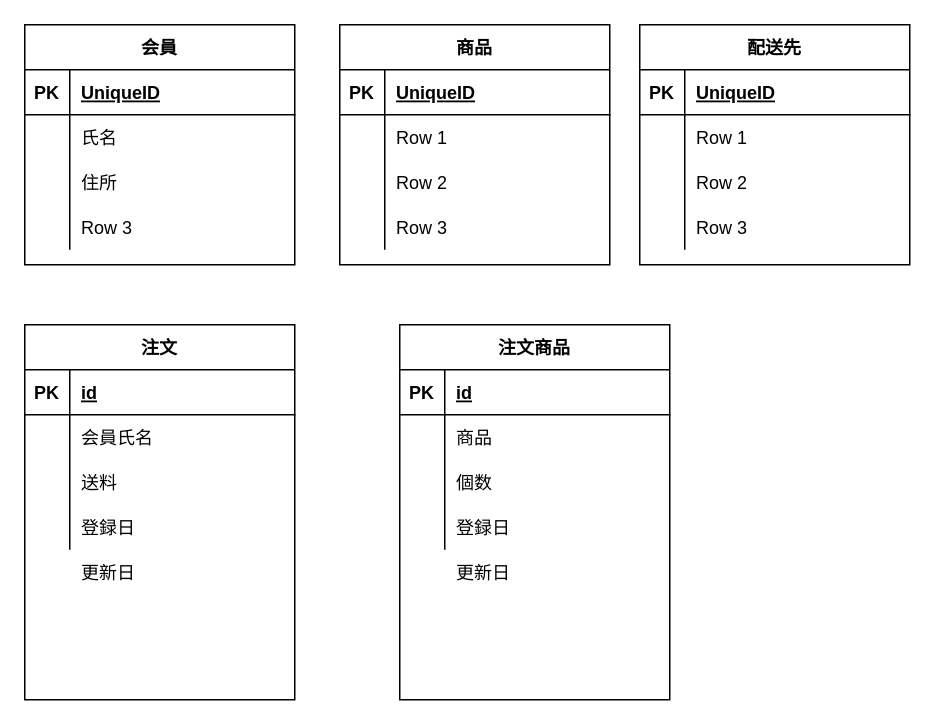
Before: Rennsyuu Diagram.drawio in 38takumi/-, a draw.io diagram. Source tidied: cells renumbered, new cells numbered last; positions are measured from the earlier drawing's top-left corner, leaving out a move shared by most shapes. Both pictures are drawn from the tidied source at 150%, with x=0, y=0 at pixel (24, 24).
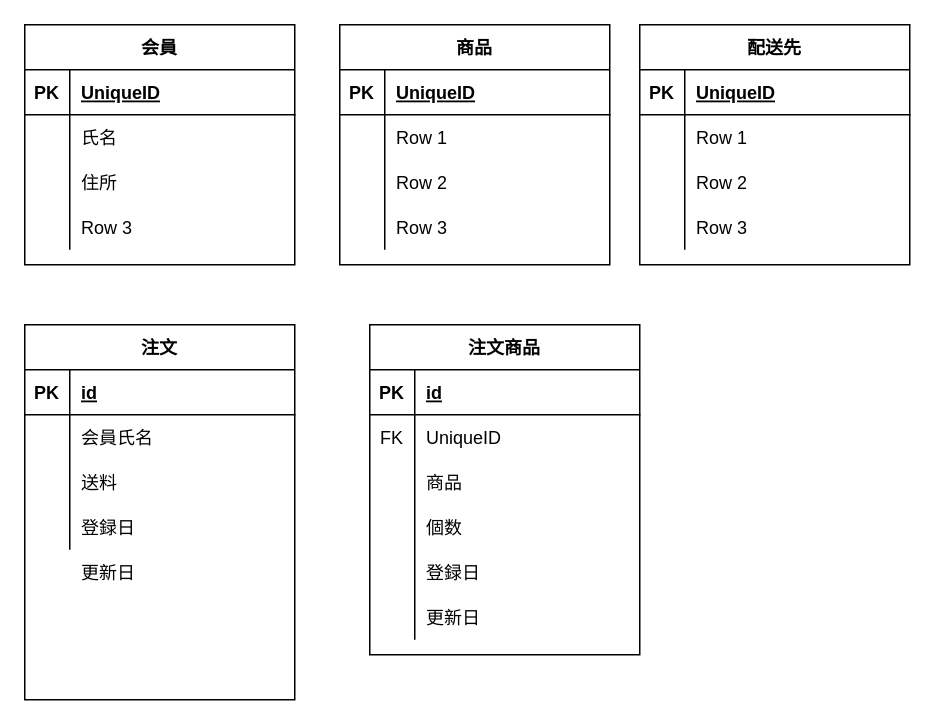
Above is the later version.

Commit message:
Rennsyuu Diagram.drawio を更新します

The change refers to these unchanged cells:
```xml
<mxCell id="61" style="shape=partialRectangle;fillColor=none;top=0;left=0;bottom=0;right=0;" parent="57" vertex="1">
  <mxGeometry y="60" width="180" height="30" as="geometry" />
</mxCell>
```

Change to the diagram source:
```diff
@@
-    <mxCell id="55" value="登録日" style="shape=partialRectangle;fillColor=none;top=0;left=0;bottom=0;right=0;align=left;spacingLeft=6;overflow=hidden;" parent="1" vertex="1">
-      <mxGeometry x="280" y="320" width="150" height="30" as="geometry" />
-    </mxCell>
-    <mxCell id="56" value="更新日" style="shape=partialRectangle;fillColor=none;top=0;left=0;bottom=0;right=0;align=left;spacingLeft=6;overflow=hidden;" parent="1" vertex="1">
-      <mxGeometry x="280" y="350" width="150" height="30" as="geometry" />
-    </mxCell>
+    <mxCell id="70" value="更新日" style="shape=partialRectangle;fillColor=none;top=0;left=0;bottom=0;right=0;align=left;spacingLeft=6;overflow=hidden;" parent="1" vertex="1">
+      <mxGeometry x="30" y="350" width="150" height="30" as="geometry" />
+    </mxCell>
+    <mxCell id="71" value="登録日" style="shape=partialRectangle;fillColor=none;top=0;left=0;bottom=0;right=0;align=left;spacingLeft=6;overflow=hidden;" parent="1" vertex="1">
+      <mxGeometry x="30" y="320" width="150" height="30" as="geometry" />
+    </mxCell>
-    <mxCell id="57" value="注文商品" style="shape=table;startSize=30;childLayout=tableLayout;rowLines=0;fontStyle=1;align=center;" parent="1" vertex="1">
-      <mxGeometry x="250" y="200" width="180" height="250" as="geometry" />
+    <mxCell id="57" value="注文商品" style="shape=table;startSize=30;childLayout=tableLayout;rowLines=0;fontStyle=1;align=center;fontSize=12;strokeColor=#000000;fillColor=none;" parent="1" vertex="1">
+      <mxGeometry x="230" y="200" width="180" height="220" as="geometry" />
     </mxCell>
@@
-    <mxCell id="62" style="shape=partialRectangle;fillColor=none;top=0;left=0;bottom=0;right=0;overflow=hidden;" parent="61" vertex="1">
-      <mxGeometry width="30" height="30" as="geometry" />
-    </mxCell>
+    <mxCell id="72" value="FK" style="shape=partialRectangle;fillColor=none;top=0;left=0;bottom=0;right=0;fontStyle=0;overflow=hidden;shadow=0;" parent="61" vertex="1">
+      <mxGeometry width="30" height="30" as="geometry" />
+    </mxCell>
+    <mxCell id="73" value="UniqueID" style="shape=partialRectangle;fillColor=none;top=0;left=0;bottom=0;right=0;align=left;spacingLeft=6;fontStyle=0;overflow=hidden;" parent="61" vertex="1">
+      <mxGeometry x="30" width="150" height="30" as="geometry" />
+    </mxCell>
+    <mxCell id="64" style="shape=partialRectangle;fillColor=none;top=0;left=0;bottom=0;right=0;" parent="57" vertex="1">
+      <mxGeometry y="90" width="180" height="30" as="geometry" />
+    </mxCell>
+    <mxCell id="74" style="shape=partialRectangle;fillColor=none;top=0;left=0;bottom=0;right=0;overflow=hidden;" parent="64" vertex="1">
+      <mxGeometry width="30" height="30" as="geometry" />
+    </mxCell>
-    <mxCell id="63" value="商品" style="shape=partialRectangle;fillColor=none;top=0;left=0;bottom=0;right=0;align=left;spacingLeft=6;overflow=hidden;" parent="61" vertex="1">
+    <mxCell id="63" value="商品" style="shape=partialRectangle;fillColor=none;top=0;left=0;bottom=0;right=0;align=left;spacingLeft=6;overflow=hidden;" parent="64" vertex="1">
       <mxGeometry x="30" width="150" height="30" as="geometry" />
     </mxCell>
-    <mxCell id="64" style="shape=partialRectangle;fillColor=none;top=0;left=0;bottom=0;right=0;" parent="57" vertex="1">
-      <mxGeometry y="90" width="180" height="30" as="geometry" />
-    </mxCell>
-    <mxCell id="65" style="shape=partialRectangle;fillColor=none;top=0;left=0;bottom=0;right=0;overflow=hidden;" parent="64" vertex="1">
-      <mxGeometry width="30" height="30" as="geometry" />
-    </mxCell>
+    <mxCell id="67" style="shape=partialRectangle;fillColor=none;top=0;left=0;bottom=0;right=0;" parent="57" vertex="1">
+      <mxGeometry y="120" width="180" height="30" as="geometry" />
+    </mxCell>
+    <mxCell id="75" style="shape=partialRectangle;fillColor=none;top=0;left=0;bottom=0;right=0;overflow=hidden;" parent="67" vertex="1">
+      <mxGeometry width="30" height="30" as="geometry" />
+    </mxCell>
-    <mxCell id="66" value="個数" style="shape=partialRectangle;fillColor=none;top=0;left=0;bottom=0;right=0;align=left;spacingLeft=6;overflow=hidden;" parent="64" vertex="1">
+    <mxCell id="66" value="個数" style="shape=partialRectangle;fillColor=none;top=0;left=0;bottom=0;right=0;align=left;spacingLeft=6;overflow=hidden;" parent="67" vertex="1">
       <mxGeometry x="30" width="150" height="30" as="geometry" />
     </mxCell>
-    <mxCell id="67" style="shape=partialRectangle;fillColor=none;top=0;left=0;bottom=0;right=0;" parent="57" vertex="1">
-      <mxGeometry y="120" width="180" height="30" as="geometry" />
-    </mxCell>
-    <mxCell id="68" style="shape=partialRectangle;fillColor=none;top=0;left=0;bottom=0;right=0;overflow=hidden;" parent="67" vertex="1">
-      <mxGeometry width="30" height="30" as="geometry" />
-    </mxCell>
-    <mxCell id="69" style="shape=partialRectangle;fillColor=none;top=0;left=0;bottom=0;right=0;align=left;spacingLeft=6;overflow=hidden;" parent="67" vertex="1">
-      <mxGeometry x="30" width="150" height="30" as="geometry" />
-    </mxCell>
-    <mxCell id="70" value="更新日" style="shape=partialRectangle;fillColor=none;top=0;left=0;bottom=0;right=0;align=left;spacingLeft=6;overflow=hidden;" parent="1" vertex="1">
-      <mxGeometry x="30" y="350" width="150" height="30" as="geometry" />
-    </mxCell>
-    <mxCell id="71" value="登録日" style="shape=partialRectangle;fillColor=none;top=0;left=0;bottom=0;right=0;align=left;spacingLeft=6;overflow=hidden;" parent="1" vertex="1">
-      <mxGeometry x="30" y="320" width="150" height="30" as="geometry" />
-    </mxCell>
+    <mxCell id="76" style="shape=partialRectangle;fillColor=none;top=0;left=0;bottom=0;right=0;" parent="57" vertex="1">
+      <mxGeometry y="150" width="180" height="30" as="geometry" />
+    </mxCell>
+    <mxCell id="77" style="shape=partialRectangle;fillColor=none;top=0;left=0;bottom=0;right=0;overflow=hidden;" parent="76" vertex="1">
+      <mxGeometry width="30" height="30" as="geometry" />
+    </mxCell>
+    <mxCell id="55" value="登録日" style="shape=partialRectangle;fillColor=none;top=0;left=0;bottom=0;right=0;align=left;spacingLeft=6;overflow=hidden;" parent="76" vertex="1">
+      <mxGeometry x="30" width="150" height="30" as="geometry" />
+    </mxCell>
+    <mxCell id="78" style="shape=partialRectangle;fillColor=none;top=0;left=0;bottom=0;right=0;" parent="57" vertex="1">
+      <mxGeometry y="180" width="180" height="30" as="geometry" />
+    </mxCell>
+    <mxCell id="79" style="shape=partialRectangle;fillColor=none;top=0;left=0;bottom=0;right=0;overflow=hidden;" parent="78" vertex="1">
+      <mxGeometry width="30" height="30" as="geometry" />
+    </mxCell>
+    <mxCell id="56" value="更新日" style="shape=partialRectangle;fillColor=none;top=0;left=0;bottom=0;right=0;align=left;spacingLeft=6;overflow=hidden;" parent="78" vertex="1">
+      <mxGeometry x="30" width="150" height="30" as="geometry" />
+    </mxCell>
```
